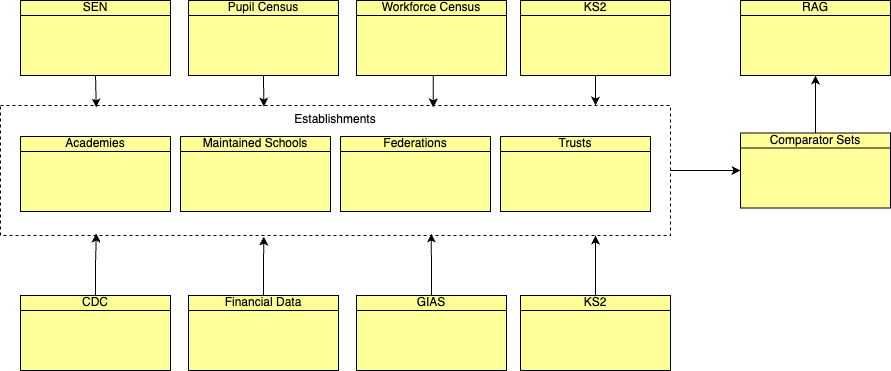
The draw.io diagram documentation/architecture/images/Logical-Data-Model.png in DFE-Digital/education-benchmarking-and-insights, before a commit. Source tidied: cells renumbered, new cells last; positions are measured from the earlier drawing's top-left corner, leaving out a move shared by most shapes.
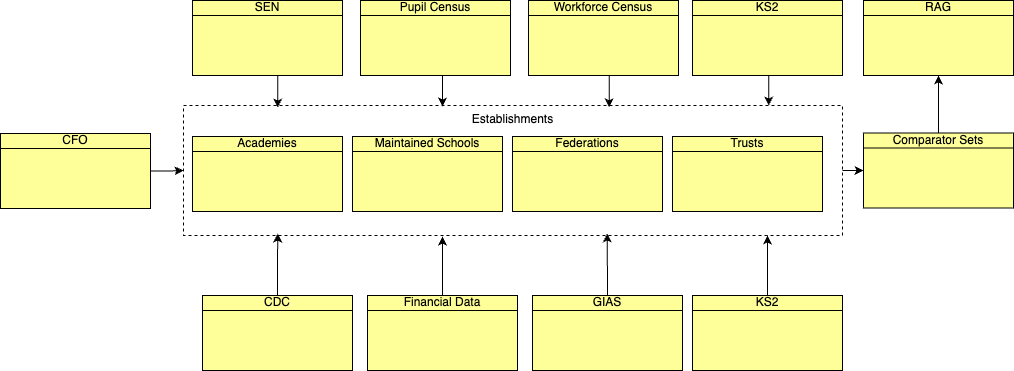
The same file after the commit.

The edit, as a diff of the source:
```diff
@@ -3,7 +3,7 @@
     <mxCell id="0" />
     <mxCell id="1" parent="0" />
     <mxCell id="2" value="Establishments" style="rounded=0;whiteSpace=wrap;html=1;fillColor=none;dashed=1;verticalAlign=top;" parent="1" vertex="1">
-      <mxGeometry y="105" width="670" height="130" as="geometry" />
+      <mxGeometry x="11" y="105" width="659" height="130" as="geometry" />
     </mxCell>
     <mxCell id="3" value="Academies" style="html=1;whiteSpace=wrap;fillColor=#ffff99;shape=mxgraph.archimate3.businessObject;overflow=fill;" parent="1" vertex="1">
       <mxGeometry x="20" y="136" width="150" height="75" as="geometry" />
@@ -12,13 +12,13 @@
       <mxGeometry relative="1" as="geometry" />
     </mxCell>
     <mxCell id="5" value="Financial Data" style="html=1;outlineConnect=0;whiteSpace=wrap;fillColor=#ffff99;shape=mxgraph.archimate3.businessObject;overflow=fill;" parent="1" vertex="1">
-      <mxGeometry x="188" y="295" width="150" height="75" as="geometry" />
+      <mxGeometry x="195" y="295" width="150" height="75" as="geometry" />
     </mxCell>
     <mxCell id="6" style="edgeStyle=orthogonalEdgeStyle;rounded=0;jettySize=auto;html=1;exitX=0.5;exitY=0;exitDx=0;exitDy=0;exitPerimeter=0;entryX=0.143;entryY=0.985;entryDx=0;entryDy=0;entryPerimeter=0;" parent="1" edge="1" source="7" target="2">
       <mxGeometry relative="1" as="geometry" />
     </mxCell>
     <mxCell id="7" value="CDC" style="html=1;outlineConnect=0;whiteSpace=wrap;fillColor=#ffff99;shape=mxgraph.archimate3.businessObject;overflow=fill;" parent="1" vertex="1">
-      <mxGeometry x="20" y="295" width="150" height="75" as="geometry" />
+      <mxGeometry x="30" y="295" width="150" height="75" as="geometry" />
     </mxCell>
     <mxCell id="8" value="Maintained Schools" style="html=1;whiteSpace=wrap;fillColor=#ffff99;shape=mxgraph.archimate3.businessObject;overflow=fill;verticalAlign=top;" parent="1" vertex="1">
       <mxGeometry x="180" y="136" width="150" height="75" as="geometry" />
@@ -33,13 +33,13 @@
       <mxGeometry relative="1" as="geometry" />
     </mxCell>
     <mxCell id="12" value="Comparator Sets" style="html=1;outlineConnect=0;whiteSpace=wrap;fillColor=#ffff99;shape=mxgraph.archimate3.businessObject;overflow=fill;" parent="1" vertex="1">
-      <mxGeometry x="740" y="132.5" width="150" height="75" as="geometry" />
+      <mxGeometry x="691" y="132.5" width="150" height="75" as="geometry" />
     </mxCell>
     <mxCell id="13" style="rounded=0;jettySize=auto;html=1;exitX=0.5;exitY=0;exitDx=0;exitDy=0;exitPerimeter=0;entryX=0.643;entryY=0.985;entryDx=0;entryDy=0;entryPerimeter=0;" parent="1" edge="1" source="14" target="2">
       <mxGeometry relative="1" as="geometry" />
     </mxCell>
     <mxCell id="14" value="GIAS" style="html=1;outlineConnect=0;whiteSpace=wrap;fillColor=#ffff99;shape=mxgraph.archimate3.businessObject;overflow=fill;" parent="1" vertex="1">
-      <mxGeometry x="356" y="295" width="150" height="75" as="geometry" />
+      <mxGeometry x="360" y="295" width="150" height="75" as="geometry" />
     </mxCell>
     <mxCell id="15" value="Federations" style="html=1;whiteSpace=wrap;fillColor=#ffff99;shape=mxgraph.archimate3.businessObject;overflow=fill;verticalAlign=top;" parent="1" vertex="1">
       <mxGeometry x="340" y="136" width="150" height="75" as="geometry" />
@@ -62,7 +62,7 @@
       <mxGeometry x="520" y="295" width="150" height="75" as="geometry" />
     </mxCell>
     <mxCell id="21" value="RAG" style="html=1;outlineConnect=0;whiteSpace=wrap;fillColor=#ffff99;shape=mxgraph.archimate3.businessObject;overflow=fill;" parent="1" vertex="1">
-      <mxGeometry x="740" width="150" height="75" as="geometry" />
+      <mxGeometry x="691" width="150" height="75" as="geometry" />
     </mxCell>
     <mxCell id="22" style="edgeStyle=orthogonalEdgeStyle;rounded=0;jettySize=auto;html=1;exitX=0.5;exitY=0;exitDx=0;exitDy=0;exitPerimeter=0;entryX=0.5;entryY=1;entryDx=0;entryDy=0;entryPerimeter=0;" parent="1" edge="1" source="12" target="21">
       <mxGeometry relative="1" as="geometry" />
@@ -79,5 +79,11 @@
     <mxCell id="26" style="edgeStyle=orthogonalEdgeStyle;rounded=0;jettySize=auto;html=1;exitX=0.5;exitY=1;exitDx=0;exitDy=0;exitPerimeter=0;entryX=0.143;entryY=0.015;entryDx=0;entryDy=0;entryPerimeter=0;" parent="1" edge="1" source="25" target="2">
       <mxGeometry relative="1" as="geometry" />
     </mxCell>
+    <mxCell id="27" style="edgeStyle=orthogonalEdgeStyle;rounded=0;jettySize=auto;html=1;exitX=1;exitY=0.5;exitDx=0;exitDy=0;exitPerimeter=0;" parent="1" edge="1" source="28" target="2">
+      <mxGeometry relative="1" as="geometry" />
+    </mxCell>
+    <mxCell id="28" value="CFO" style="html=1;outlineConnect=0;whiteSpace=wrap;fillColor=#ffff99;shape=mxgraph.archimate3.businessObject;overflow=fill;" parent="1" vertex="1">
+      <mxGeometry x="-172" y="133" width="150" height="75" as="geometry" />
+    </mxCell>
   </root>
 </mxGraphModel>
```
